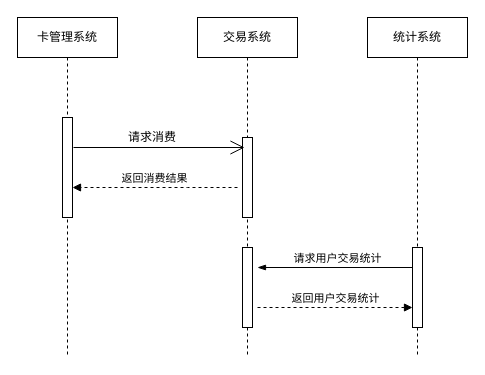
This is time.geekbang/消费场景时序图.drawio from chenlongqiang/draw.io, a draw.io file, before an edit. Source tidied: cells renumbered, new cells numbered last; positions are measured from the earlier drawing's top-left corner, leaving out a move shared by most shapes. Both pictures are drawn from the tidied source at 100%, with x=0, y=0 at pixel (17, 17).
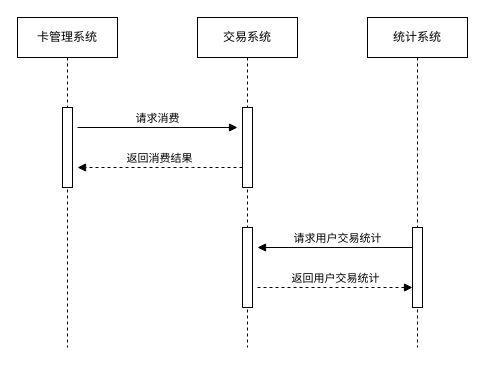
Above is the later version.

Commit message:
更新消费场景时序图.drawio

Change to the diagram source:
```diff
@@
 <mxGraphModel background="#ffffff">
   <root>
     <mxCell id="0" />
     <mxCell id="1" parent="0" />
     <mxCell id="2" value="&lt;span&gt;卡管理系统&lt;/span&gt;" style="shape=umlLifeline;perimeter=lifelinePerimeter;whiteSpace=wrap;html=1;" parent="1" vertex="1">
-      <mxGeometry width="100" height="340" as="geometry" />
+      <mxGeometry width="100" height="330" as="geometry" />
     </mxCell>
-    <mxCell id="3" style="html=1;points=[];perimeter=orthogonalPerimeter;" parent="2" vertex="1">
-      <mxGeometry x="45" y="100" width="10" height="100" as="geometry" />
-    </mxCell>
+    <mxCell id="14" style="html=1;perimeter=orthogonalPerimeter;" parent="2" vertex="1">
+      <mxGeometry x="45" y="90" width="10" height="80" as="geometry" />
+    </mxCell>
     <mxCell id="4" value="&lt;span&gt;统计系统&lt;br&gt;&lt;/span&gt;" style="shape=umlLifeline;perimeter=lifelinePerimeter;whiteSpace=wrap;html=1;" parent="1" vertex="1">
-      <mxGeometry x="350" width="100" height="340" as="geometry" />
+      <mxGeometry x="350" width="100" height="330" as="geometry" />
     </mxCell>
     <mxCell id="5" style="html=1;perimeter=orthogonalPerimeter;" parent="4" vertex="1">
-      <mxGeometry x="45" y="230" width="10" height="80" as="geometry" />
+      <mxGeometry x="45" y="210" width="10" height="80" as="geometry" />
     </mxCell>
     <mxCell id="6" value="&lt;span&gt;交易系统&lt;br&gt;&lt;/span&gt;" style="shape=umlLifeline;perimeter=lifelinePerimeter;whiteSpace=wrap;html=1;" parent="1" vertex="1">
-      <mxGeometry x="180" width="100" height="340" as="geometry" />
+      <mxGeometry x="180" width="100" height="330" as="geometry" />
     </mxCell>
     <mxCell id="7" style="html=1;points=[];perimeter=orthogonalPerimeter;" parent="6" vertex="1">
-      <mxGeometry x="45" y="120" width="10" height="80" as="geometry" />
+      <mxGeometry x="45" y="90" width="10" height="80" as="geometry" />
     </mxCell>
     <mxCell id="8" style="html=1;perimeter=orthogonalPerimeter;" parent="6" vertex="1">
-      <mxGeometry x="45" y="230" width="10" height="80" as="geometry" />
+      <mxGeometry x="45" y="210" width="10" height="80" as="geometry" />
     </mxCell>
-    <mxCell id="9" style="endArrow=open;endFill=1;endSize=12;html=1;entryX=0.2;entryY=0.125;entryDx=0;entryDy=0;entryPerimeter=0;" parent="1" edge="1" target="7">
-      <mxGeometry relative="1" as="geometry">
-        <mxPoint x="56" y="130" as="sourcePoint" />
-      </mxGeometry>
-    </mxCell>
-    <mxCell id="10" value="请求消费" style="text;html=1;strokeColor=none;fillColor=none;align=center;verticalAlign=middle;whiteSpace=wrap;rounded=0;" parent="1" vertex="1">
-      <mxGeometry x="100" y="110" width="70" height="20" as="geometry" />
-    </mxCell>
-    <mxCell id="11" value="返回消费结果" style="html=1;verticalAlign=bottom;endArrow=block;dashed=1;" parent="1" edge="1" target="3">
+    <mxCell id="11" value="返回消费结果" style="html=1;verticalAlign=bottom;endArrow=block;dashed=1;" parent="1" edge="1">
       <mxGeometry relative="1" as="geometry">
-        <mxPoint x="220" y="170" as="sourcePoint" />
+        <mxPoint x="225" y="150" as="sourcePoint" />
+        <mxPoint x="60" y="150" as="targetPoint" />
         <Array as="points">
-          <mxPoint x="180" y="170" />
+          <mxPoint x="185" y="150" />
         </Array>
       </mxGeometry>
     </mxCell>
-    <mxCell id="12" value="请求用户交易统计" style="html=1;verticalAlign=bottom;endArrow=none;startArrow=blockThin;startFill=1;endFill=0;" parent="1" edge="1">
+    <mxCell id="12" value="请求用户交易统计" style="html=1;verticalAlign=bottom;endArrow=none;startArrow=block;startFill=1;endFill=0;" parent="1" edge="1">
       <mxGeometry x="0.03" relative="1" as="geometry">
-        <mxPoint x="240" y="250" as="sourcePoint" />
-        <mxPoint x="395" y="250" as="targetPoint" />
+        <mxPoint x="240" y="230" as="sourcePoint" />
+        <mxPoint x="395" y="230" as="targetPoint" />
       </mxGeometry>
     </mxCell>
     <mxCell id="13" value="返回用户交易统计" style="html=1;verticalAlign=bottom;endArrow=block;dashed=1;" parent="1" edge="1">
       <mxGeometry relative="1" as="geometry">
-        <mxPoint x="240" y="290" as="sourcePoint" />
-        <mxPoint x="395" y="290" as="targetPoint" />
+        <mxPoint x="240" y="270" as="sourcePoint" />
+        <mxPoint x="395" y="270" as="targetPoint" />
       </mxGeometry>
     </mxCell>
+    <mxCell id="10" value="请求消费" style="html=1;verticalAlign=bottom;endArrow=block;" parent="1" edge="1">
+      <mxGeometry relative="1" as="geometry">
+        <mxPoint x="60" y="110" as="sourcePoint" />
+        <mxPoint x="220" y="110" as="targetPoint" />
+      </mxGeometry>
+    </mxCell>
   </root>
 </mxGraphModel>
```
